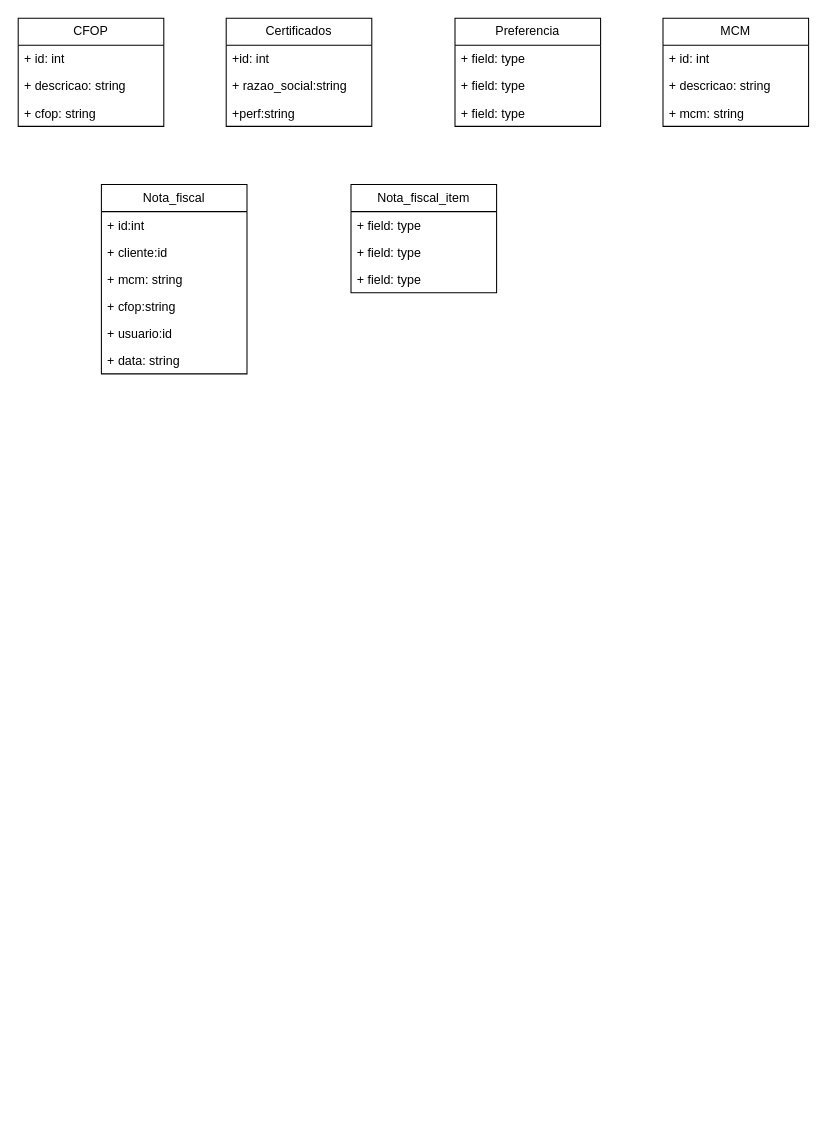
The draw.io diagram page "Fiscal" (4 of 4) of Diagrama sem nome.drawio in FSOFTSistemas/Lago, before the edit. Source tidied: cells renumbered, new cells numbered last; positions are measured from the earlier drawing's top-left corner, leaving out a move shared by most shapes. Both pictures are drawn from the tidied source at 104%, with x=0, y=0 at pixel (18, 18).
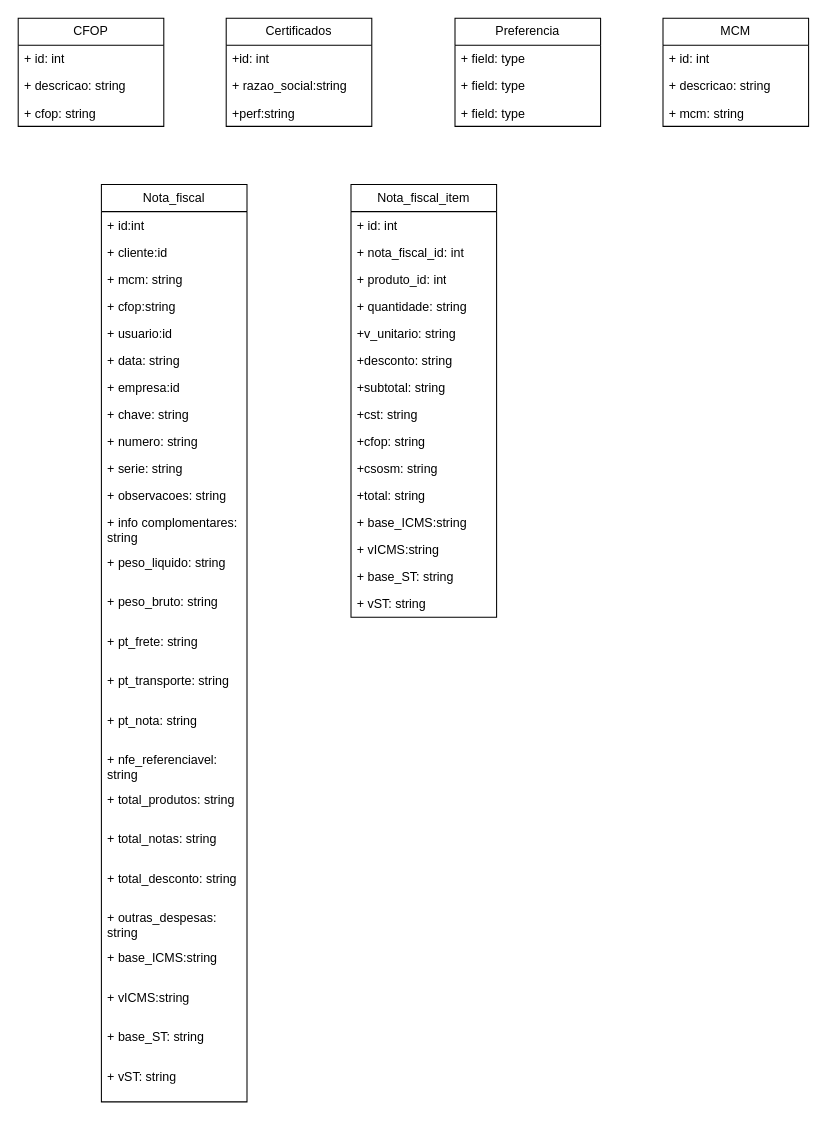
The same diagram, later.

Change to the diagram source:
```diff
@@
     <mxCell id="18" value="Nota_fiscal" style="swimlane;fontStyle=0;horizontal=1;startSize=26;fillColor=none;whiteSpace=wrap;html=1;" parent="1" vertex="1">
-      <mxGeometry x="80" y="160" width="140" height="182" as="geometry" />
+      <mxGeometry x="80" y="160" width="140" height="882" as="geometry" />
     </mxCell>
@@
+    <mxCell id="29" value="+ data: string" style="text;strokeColor=none;fillColor=none;align=left;verticalAlign=top;spacingLeft=4;spacingRight=4;overflow=hidden;whiteSpace=wrap;html=1;" parent="18" vertex="1">
+      <mxGeometry y="156" width="140" height="26" as="geometry" />
+    </mxCell>
+    <mxCell id="30" value="+ empresa:id" style="text;strokeColor=none;fillColor=none;align=left;verticalAlign=top;spacingLeft=4;spacingRight=4;overflow=hidden;whiteSpace=wrap;html=1;" parent="18" vertex="1">
+      <mxGeometry y="182" width="140" height="26" as="geometry" />
+    </mxCell>
-    <mxCell id="24" value="+ data: string" style="text;strokeColor=none;fillColor=none;align=left;verticalAlign=top;spacingLeft=4;spacingRight=4;overflow=hidden;whiteSpace=wrap;html=1;" parent="18" vertex="1">
-      <mxGeometry y="156" width="140" height="26" as="geometry" />
+    <mxCell id="24" value="+ chave: string" style="text;strokeColor=none;fillColor=none;align=left;verticalAlign=top;spacingLeft=4;spacingRight=4;overflow=hidden;whiteSpace=wrap;html=1;" parent="18" vertex="1">
+      <mxGeometry y="208" width="140" height="26" as="geometry" />
     </mxCell>
+    <mxCell id="31" value="+ numero: string" style="text;strokeColor=none;fillColor=none;align=left;verticalAlign=top;spacingLeft=4;spacingRight=4;overflow=hidden;whiteSpace=wrap;html=1;" parent="18" vertex="1">
+      <mxGeometry y="234" width="140" height="26" as="geometry" />
+    </mxCell>
+    <mxCell id="32" value="+ serie: string" style="text;strokeColor=none;fillColor=none;align=left;verticalAlign=top;spacingLeft=4;spacingRight=4;overflow=hidden;whiteSpace=wrap;html=1;" parent="18" vertex="1">
+      <mxGeometry y="260" width="140" height="26" as="geometry" />
+    </mxCell>
+    <mxCell id="33" value="+ observacoes: string" style="text;strokeColor=none;fillColor=none;align=left;verticalAlign=top;spacingLeft=4;spacingRight=4;overflow=hidden;whiteSpace=wrap;html=1;" parent="18" vertex="1">
+      <mxGeometry y="286" width="140" height="26" as="geometry" />
+    </mxCell>
+    <mxCell id="34" value="+ info complomentares: string" style="text;strokeColor=none;fillColor=none;align=left;verticalAlign=top;spacingLeft=4;spacingRight=4;overflow=hidden;whiteSpace=wrap;html=1;" parent="18" vertex="1">
+      <mxGeometry y="312" width="140" height="38" as="geometry" />
+    </mxCell>
+    <mxCell id="35" value="+ peso_liquido: string" style="text;strokeColor=none;fillColor=none;align=left;verticalAlign=top;spacingLeft=4;spacingRight=4;overflow=hidden;whiteSpace=wrap;html=1;" parent="18" vertex="1">
+      <mxGeometry y="350" width="140" height="38" as="geometry" />
+    </mxCell>
+    <mxCell id="36" value="+ peso_bruto: string" style="text;strokeColor=none;fillColor=none;align=left;verticalAlign=top;spacingLeft=4;spacingRight=4;overflow=hidden;whiteSpace=wrap;html=1;" parent="18" vertex="1">
+      <mxGeometry y="388" width="140" height="38" as="geometry" />
+    </mxCell>
+    <mxCell id="37" value="+ pt_frete: string" style="text;strokeColor=none;fillColor=none;align=left;verticalAlign=top;spacingLeft=4;spacingRight=4;overflow=hidden;whiteSpace=wrap;html=1;" parent="18" vertex="1">
+      <mxGeometry y="426" width="140" height="38" as="geometry" />
+    </mxCell>
+    <mxCell id="38" value="+ pt_transporte: string" style="text;strokeColor=none;fillColor=none;align=left;verticalAlign=top;spacingLeft=4;spacingRight=4;overflow=hidden;whiteSpace=wrap;html=1;" parent="18" vertex="1">
+      <mxGeometry y="464" width="140" height="38" as="geometry" />
+    </mxCell>
+    <mxCell id="39" value="+ pt_nota: string" style="text;strokeColor=none;fillColor=none;align=left;verticalAlign=top;spacingLeft=4;spacingRight=4;overflow=hidden;whiteSpace=wrap;html=1;" parent="18" vertex="1">
+      <mxGeometry y="502" width="140" height="38" as="geometry" />
+    </mxCell>
+    <mxCell id="40" value="+ nfe_referenciavel: string" style="text;strokeColor=none;fillColor=none;align=left;verticalAlign=top;spacingLeft=4;spacingRight=4;overflow=hidden;whiteSpace=wrap;html=1;" parent="18" vertex="1">
+      <mxGeometry y="540" width="140" height="38" as="geometry" />
+    </mxCell>
+    <mxCell id="41" value="+ total_produtos: string" style="text;strokeColor=none;fillColor=none;align=left;verticalAlign=top;spacingLeft=4;spacingRight=4;overflow=hidden;whiteSpace=wrap;html=1;" parent="18" vertex="1">
+      <mxGeometry y="578" width="140" height="38" as="geometry" />
+    </mxCell>
+    <mxCell id="42" value="+ total_notas: string" style="text;strokeColor=none;fillColor=none;align=left;verticalAlign=top;spacingLeft=4;spacingRight=4;overflow=hidden;whiteSpace=wrap;html=1;" parent="18" vertex="1">
+      <mxGeometry y="616" width="140" height="38" as="geometry" />
+    </mxCell>
+    <mxCell id="43" value="+ total_desconto: string" style="text;strokeColor=none;fillColor=none;align=left;verticalAlign=top;spacingLeft=4;spacingRight=4;overflow=hidden;whiteSpace=wrap;html=1;" parent="18" vertex="1">
+      <mxGeometry y="654" width="140" height="38" as="geometry" />
+    </mxCell>
+    <mxCell id="44" value="+ outras_despesas: string" style="text;strokeColor=none;fillColor=none;align=left;verticalAlign=top;spacingLeft=4;spacingRight=4;overflow=hidden;whiteSpace=wrap;html=1;" parent="18" vertex="1">
+      <mxGeometry y="692" width="140" height="38" as="geometry" />
+    </mxCell>
+    <mxCell id="45" value="+ base_ICMS:string" style="text;strokeColor=none;fillColor=none;align=left;verticalAlign=top;spacingLeft=4;spacingRight=4;overflow=hidden;whiteSpace=wrap;html=1;" parent="18" vertex="1">
+      <mxGeometry y="730" width="140" height="38" as="geometry" />
+    </mxCell>
+    <mxCell id="46" value="+ vICMS:string" style="text;strokeColor=none;fillColor=none;align=left;verticalAlign=top;spacingLeft=4;spacingRight=4;overflow=hidden;whiteSpace=wrap;html=1;" parent="18" vertex="1">
+      <mxGeometry y="768" width="140" height="38" as="geometry" />
+    </mxCell>
+    <mxCell id="47" value="+ base_ST: string" style="text;strokeColor=none;fillColor=none;align=left;verticalAlign=top;spacingLeft=4;spacingRight=4;overflow=hidden;whiteSpace=wrap;html=1;" parent="18" vertex="1">
+      <mxGeometry y="806" width="140" height="38" as="geometry" />
+    </mxCell>
+    <mxCell id="48" value="+ vST: string" style="text;strokeColor=none;fillColor=none;align=left;verticalAlign=top;spacingLeft=4;spacingRight=4;overflow=hidden;whiteSpace=wrap;html=1;" parent="18" vertex="1">
+      <mxGeometry y="844" width="140" height="38" as="geometry" />
+    </mxCell>
     <mxCell id="25" value="Nota_fiscal_item" style="swimlane;fontStyle=0;horizontal=1;startSize=26;fillColor=none;whiteSpace=wrap;html=1;" parent="1" vertex="1">
-      <mxGeometry x="320" y="160" width="140" height="104" as="geometry" />
+      <mxGeometry x="320" y="160" width="140" height="416" as="geometry" />
     </mxCell>
-    <mxCell id="26" value="+ field: type" style="text;strokeColor=none;fillColor=none;align=left;verticalAlign=top;spacingLeft=4;spacingRight=4;overflow=hidden;whiteSpace=wrap;html=1;" parent="25" vertex="1">
+    <mxCell id="26" value="+ id: int" style="text;strokeColor=none;fillColor=none;align=left;verticalAlign=top;spacingLeft=4;spacingRight=4;overflow=hidden;whiteSpace=wrap;html=1;" parent="25" vertex="1">
       <mxGeometry y="26" width="140" height="26" as="geometry" />
     </mxCell>
-    <mxCell id="27" value="+ field: type" style="text;strokeColor=none;fillColor=none;align=left;verticalAlign=top;spacingLeft=4;spacingRight=4;overflow=hidden;whiteSpace=wrap;html=1;" parent="25" vertex="1">
+    <mxCell id="27" value="+ nota_fiscal_id: int" style="text;strokeColor=none;fillColor=none;align=left;verticalAlign=top;spacingLeft=4;spacingRight=4;overflow=hidden;whiteSpace=wrap;html=1;" parent="25" vertex="1">
       <mxGeometry y="52" width="140" height="26" as="geometry" />
     </mxCell>
-    <mxCell id="28" value="+ field: type" style="text;strokeColor=none;fillColor=none;align=left;verticalAlign=top;spacingLeft=4;spacingRight=4;overflow=hidden;whiteSpace=wrap;html=1;" parent="25" vertex="1">
+    <mxCell id="28" value="+ produto_id: int" style="text;strokeColor=none;fillColor=none;align=left;verticalAlign=top;spacingLeft=4;spacingRight=4;overflow=hidden;whiteSpace=wrap;html=1;" parent="25" vertex="1">
       <mxGeometry y="78" width="140" height="26" as="geometry" />
     </mxCell>
+    <mxCell id="49" value="+ quantidade: string" style="text;strokeColor=none;fillColor=none;align=left;verticalAlign=top;spacingLeft=4;spacingRight=4;overflow=hidden;whiteSpace=wrap;html=1;" parent="25" vertex="1">
+      <mxGeometry y="104" width="140" height="26" as="geometry" />
+    </mxCell>
+    <mxCell id="50" value="+v_unitario: string" style="text;strokeColor=none;fillColor=none;align=left;verticalAlign=top;spacingLeft=4;spacingRight=4;overflow=hidden;whiteSpace=wrap;html=1;" parent="25" vertex="1">
+      <mxGeometry y="130" width="140" height="26" as="geometry" />
+    </mxCell>
+    <mxCell id="51" value="+desconto: string" style="text;strokeColor=none;fillColor=none;align=left;verticalAlign=top;spacingLeft=4;spacingRight=4;overflow=hidden;whiteSpace=wrap;html=1;" parent="25" vertex="1">
+      <mxGeometry y="156" width="140" height="26" as="geometry" />
+    </mxCell>
+    <mxCell id="52" value="+subtotal: string" style="text;strokeColor=none;fillColor=none;align=left;verticalAlign=top;spacingLeft=4;spacingRight=4;overflow=hidden;whiteSpace=wrap;html=1;" parent="25" vertex="1">
+      <mxGeometry y="182" width="140" height="26" as="geometry" />
+    </mxCell>
+    <mxCell id="53" value="+cst: string" style="text;strokeColor=none;fillColor=none;align=left;verticalAlign=top;spacingLeft=4;spacingRight=4;overflow=hidden;whiteSpace=wrap;html=1;" parent="25" vertex="1">
+      <mxGeometry y="208" width="140" height="26" as="geometry" />
+    </mxCell>
+    <mxCell id="54" value="+cfop: string" style="text;strokeColor=none;fillColor=none;align=left;verticalAlign=top;spacingLeft=4;spacingRight=4;overflow=hidden;whiteSpace=wrap;html=1;" parent="25" vertex="1">
+      <mxGeometry y="234" width="140" height="26" as="geometry" />
+    </mxCell>
+    <mxCell id="55" value="+csosm: string" style="text;strokeColor=none;fillColor=none;align=left;verticalAlign=top;spacingLeft=4;spacingRight=4;overflow=hidden;whiteSpace=wrap;html=1;" parent="25" vertex="1">
+      <mxGeometry y="260" width="140" height="26" as="geometry" />
+    </mxCell>
+    <mxCell id="56" value="+total: string" style="text;strokeColor=none;fillColor=none;align=left;verticalAlign=top;spacingLeft=4;spacingRight=4;overflow=hidden;whiteSpace=wrap;html=1;" parent="25" vertex="1">
+      <mxGeometry y="286" width="140" height="26" as="geometry" />
+    </mxCell>
+    <mxCell id="57" value="+ base_ICMS:string" style="text;strokeColor=none;fillColor=none;align=left;verticalAlign=top;spacingLeft=4;spacingRight=4;overflow=hidden;whiteSpace=wrap;html=1;" parent="25" vertex="1">
+      <mxGeometry y="312" width="140" height="26" as="geometry" />
+    </mxCell>
+    <mxCell id="58" value="+ vICMS:string" style="text;strokeColor=none;fillColor=none;align=left;verticalAlign=top;spacingLeft=4;spacingRight=4;overflow=hidden;whiteSpace=wrap;html=1;" parent="25" vertex="1">
+      <mxGeometry y="338" width="140" height="26" as="geometry" />
+    </mxCell>
+    <mxCell id="59" value="+ base_ST: string" style="text;strokeColor=none;fillColor=none;align=left;verticalAlign=top;spacingLeft=4;spacingRight=4;overflow=hidden;whiteSpace=wrap;html=1;" parent="25" vertex="1">
+      <mxGeometry y="364" width="140" height="26" as="geometry" />
+    </mxCell>
+    <mxCell id="60" value="+ vST: string" style="text;strokeColor=none;fillColor=none;align=left;verticalAlign=top;spacingLeft=4;spacingRight=4;overflow=hidden;whiteSpace=wrap;html=1;" parent="25" vertex="1">
+      <mxGeometry y="390" width="140" height="26" as="geometry" />
+    </mxCell>
```
